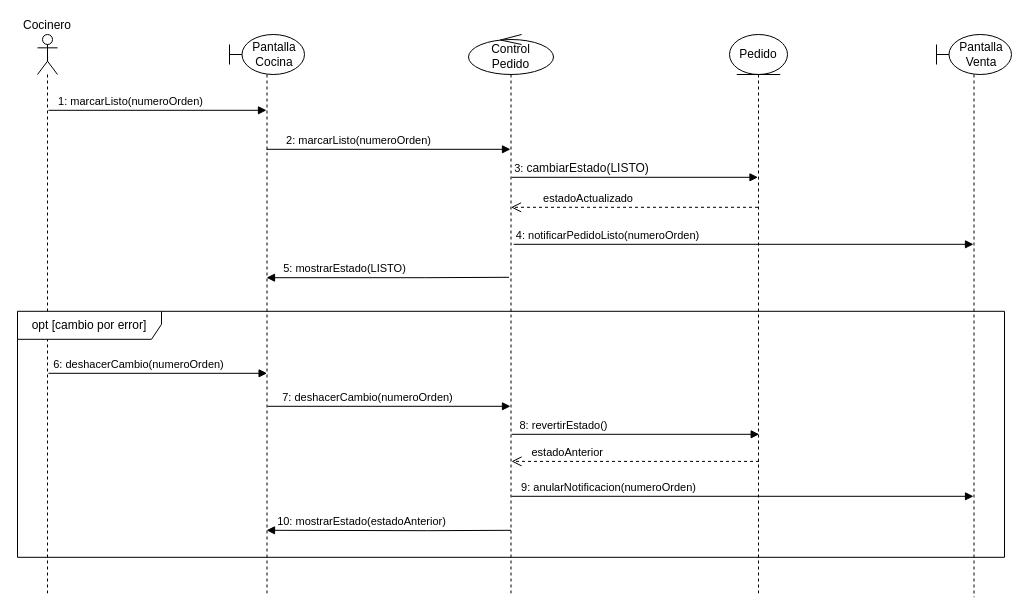
The draw.io diagram Ae5-Modelos-UML/fuentes/SEQ02-actualizar-estado-pedido.drawio in tonysanginez/UCOM304-Sistema-Facturacion-Sushi, before the edit. Source tidied: cells renumbered, new cells numbered last; positions are measured from the earlier drawing's top-left corner, leaving out a move shared by most shapes. Both pictures are drawn from the tidied source at 100%, with x=0, y=0 at pixel (17, 34).
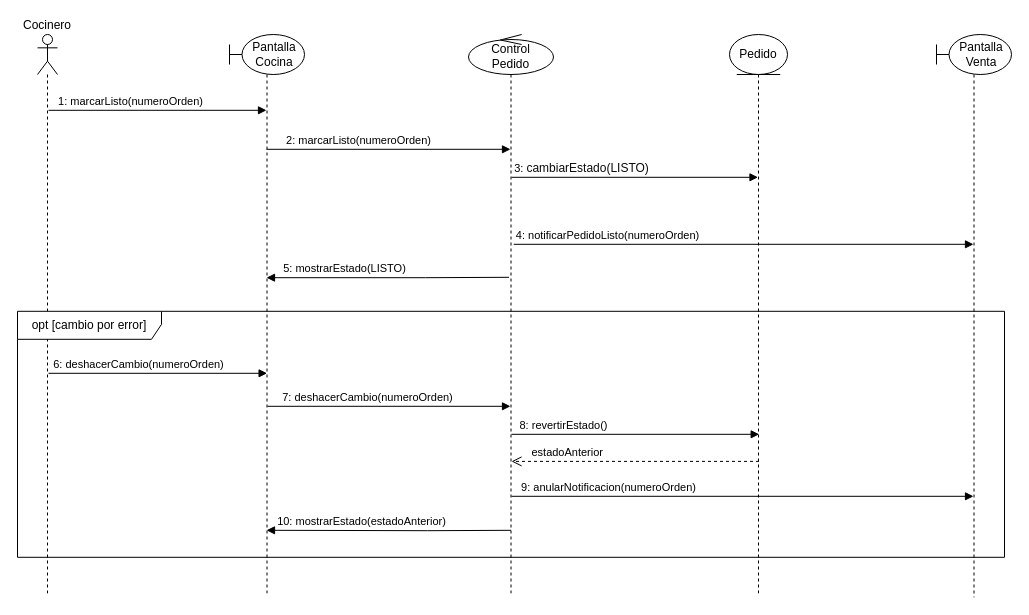
After the change.

Commit message (it also covers changes not shown here):
Ae5: diagramas de clases y secuencias

Unchanged cells that the change refers to:
```xml
<mxCell id="5" value="Pedido" style="shape=umlLifeline;perimeter=lifelinePerimeter;whiteSpace=wrap;html=1;outlineConnect=0;portConstraint=eastwest;newEdgeStyle={&quot;curved&quot;:0,&quot;rounded&quot;:0};participant=umlEntity;" parent="1" vertex="1">
  <mxGeometry x="712" width="58" height="558.8" as="geometry" />
</mxCell>
```

The edit, as a diff of the source:
```diff
@@
-    <mxCell id="10" value="estadoActualizado" style="html=1;verticalAlign=bottom;endArrow=open;dashed=1;endSize=8;curved=0;rounded=0;labelPosition=left;verticalLabelPosition=top;align=right;" parent="1" edge="1" source="5">
-      <mxGeometry relative="1" as="geometry">
-        <mxPoint x="493.5" y="172.8" as="targetPoint" />
-      </mxGeometry>
-    </mxCell>
```
